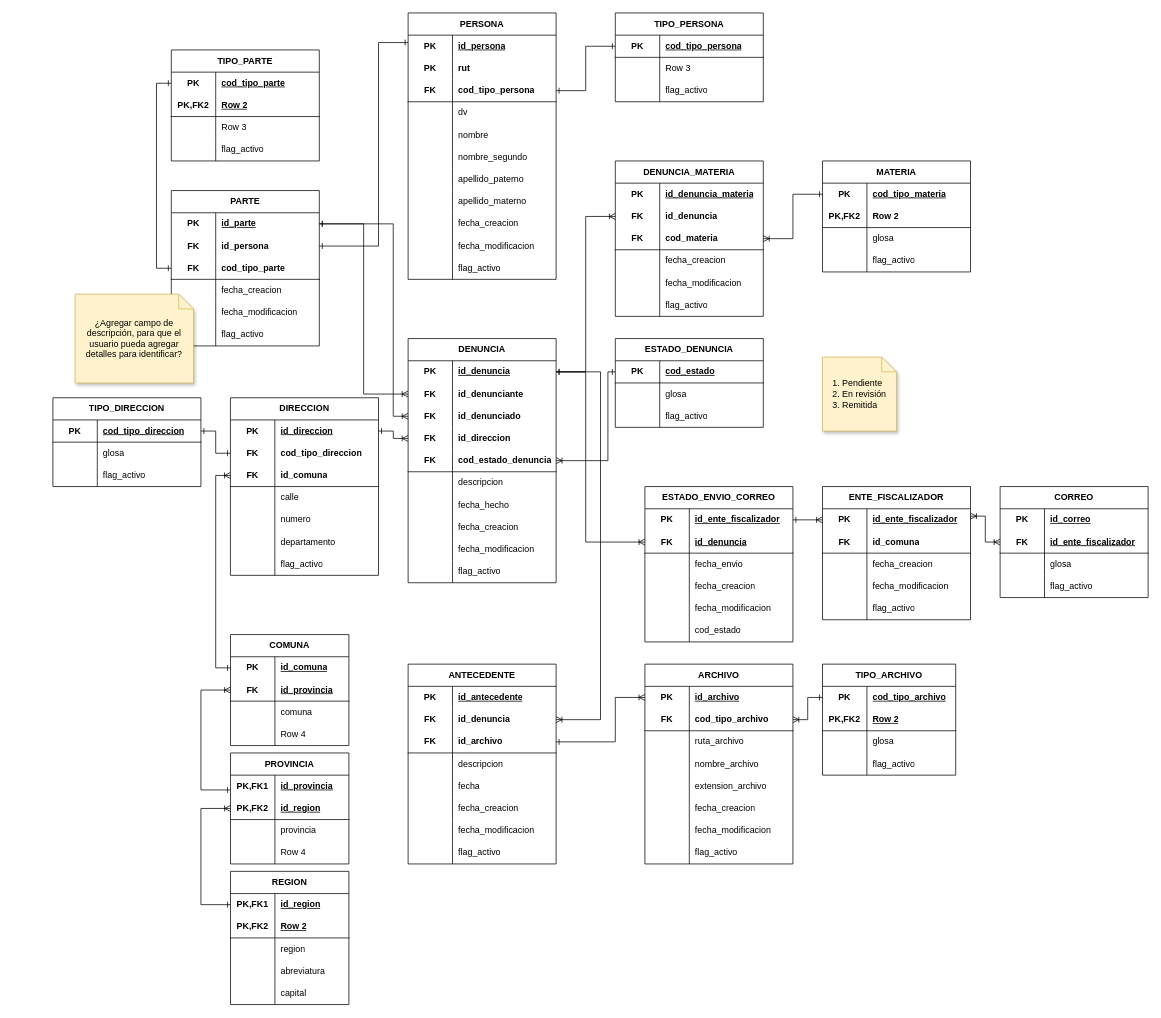
Above: docs/QuieroDenunciar - ER.drawio in hernanBeiza/QuieroDenunciarAPI (draw.io), before the change. Source tidied: cells renumbered, new cells numbered last; positions are measured from the earlier drawing's top-left corner, leaving out a move shared by most shapes. Both pictures are drawn from the tidied source at 74%, with x=0, y=0 at pixel (53, 13).
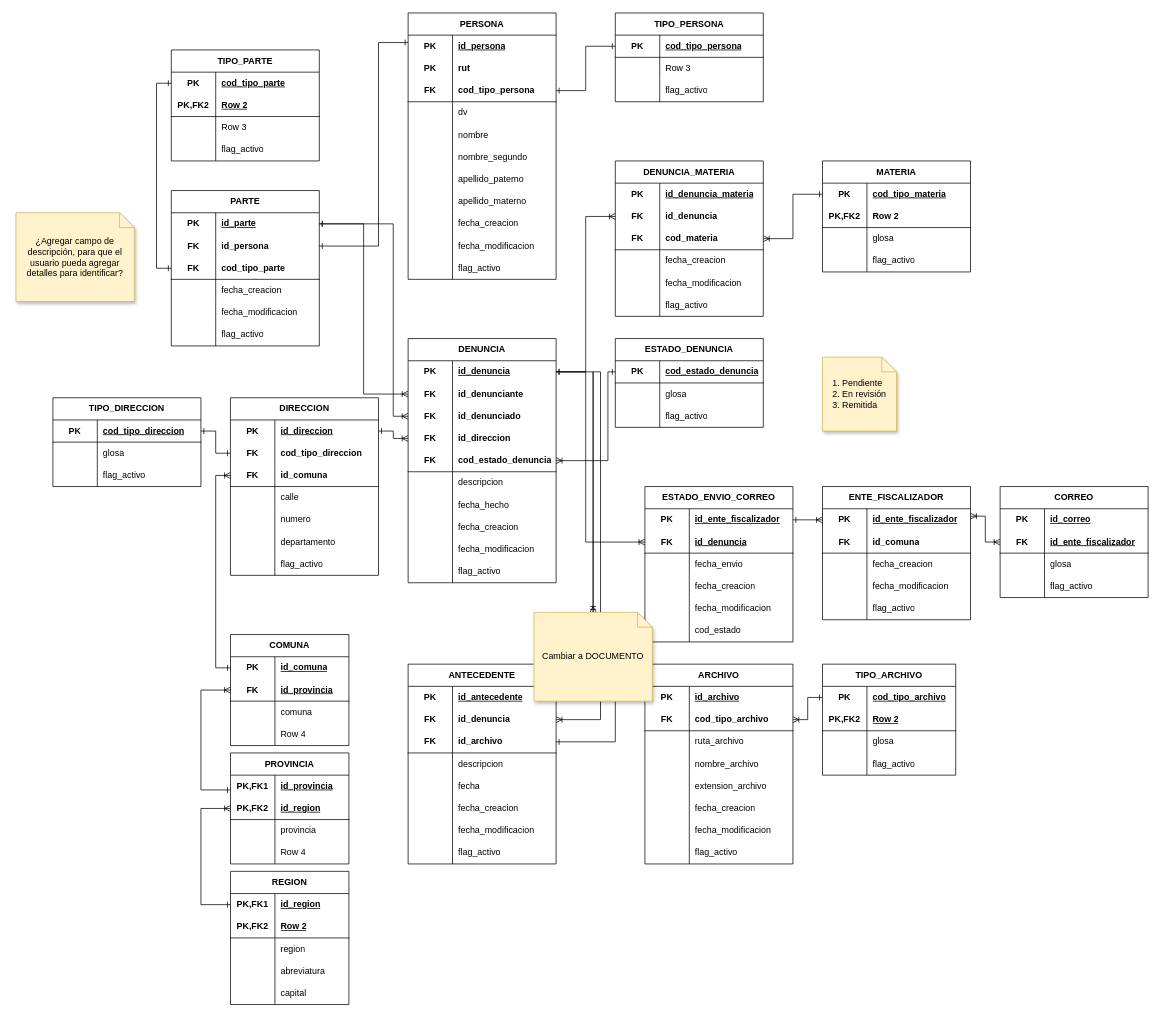
The same page after the edit.

Unchanged cells that the change refers to:
```xml
<mxCell id="56" style="shape=tableRow;horizontal=0;startSize=0;swimlaneHead=0;swimlaneBody=0;fillColor=none;points=[[0,0.5],[1,0.5]];portConstraint=eastwest;top=0;left=0;right=0;bottom=0;html=1;" parent="55" vertex="1">
  <mxGeometry y="30" width="200" height="30" as="geometry" />
</mxCell>
<mxCell id="154" style="shape=tableRow;horizontal=0;startSize=0;swimlaneHead=0;swimlaneBody=0;fillColor=none;points=[[0,0.5],[1,0.5]];portConstraint=eastwest;top=0;left=0;right=0;bottom=0;html=1;" parent="150" vertex="1">
  <mxGeometry y="60" width="200" height="30" as="geometry" />
</mxCell>
<mxCell id="269" style="shape=tableRow;horizontal=0;startSize=0;swimlaneHead=0;swimlaneBody=0;fillColor=none;points=[[0,0.5],[1,0.5]];portConstraint=eastwest;top=0;left=0;right=0;bottom=1;html=1;" parent="268" vertex="1">
  <mxGeometry y="30" width="200" height="30" as="geometry" />
</mxCell>
```

What changed in the source:
```diff
@@
-    <mxCell id="261" style="edgeStyle=orthogonalEdgeStyle;rounded=0;jettySize=auto;html=1;endArrow=ERone;endFill=0;startArrow=ERoneToMany;startFill=0;" parent="1" edge="1" source="154" target="56">
-      <mxGeometry relative="1" as="geometry">
-        <Array as="points">
-          <mxPoint x="740" y="955" />
-          <mxPoint x="740" y="485" />
-        </Array>
-      </mxGeometry>
+    <mxCell id="261" style="edgeStyle=orthogonalEdgeStyle;rounded=0;jettySize=auto;html=1;endArrow=ERone;endFill=0;startArrow=ERoneToMany;startFill=0;" parent="1" edge="1" source="358" target="56">
+      <mxGeometry relative="1" as="geometry" />
     </mxCell>
@@
-    <mxCell id="271" value="cod_estado" style="shape=partialRectangle;fillColor=none;top=0;left=0;bottom=0;right=0;align=left;spacingLeft=6;fontStyle=5;overflow=hidden;html=1;whiteSpace=wrap;" parent="269" vertex="1">
+    <mxCell id="271" value="cod_estado_denuncia" style="shape=partialRectangle;fillColor=none;top=0;left=0;bottom=0;right=0;align=left;spacingLeft=6;fontStyle=5;overflow=hidden;html=1;whiteSpace=wrap;" parent="269" vertex="1">
       <mxGeometry x="60" width="140" height="30" as="geometry" />
     </mxCell>
@@
     <mxCell id="331" value="¿Agregar campo de descripción, para que el usuario pueda agregar detalles para identificar?" style="shape=note;size=20;whiteSpace=wrap;html=1;fillColor=#fff2cc;strokeColor=#d6b656;shadow=1;" parent="1" vertex="1">
-      <mxGeometry x="30" y="380" width="160" height="120" as="geometry" />
+      <mxGeometry x="-50" y="270" width="160" height="120" as="geometry" />
     </mxCell>
@@
+    <mxCell id="357" style="edgeStyle=orthogonalEdgeStyle;rounded=0;jettySize=auto;html=1;endArrow=ERone;endFill=0;startArrow=ERoneToMany;startFill=0;" parent="1" edge="1" source="154" target="358">
+      <mxGeometry relative="1" as="geometry">
+        <Array as="points">
+          <mxPoint x="740" y="955" />
+          <mxPoint x="740" y="485" />
+        </Array>
+      </mxGeometry>
+    </mxCell>
+    <mxCell id="358" value="Cambiar a DOCUMENTO" style="shape=note;size=20;whiteSpace=wrap;html=1;fillColor=#fff2cc;strokeColor=#d6b656;shadow=1;" parent="1" vertex="1">
+      <mxGeometry x="650" y="810" width="160" height="120" as="geometry" />
+    </mxCell>
```
